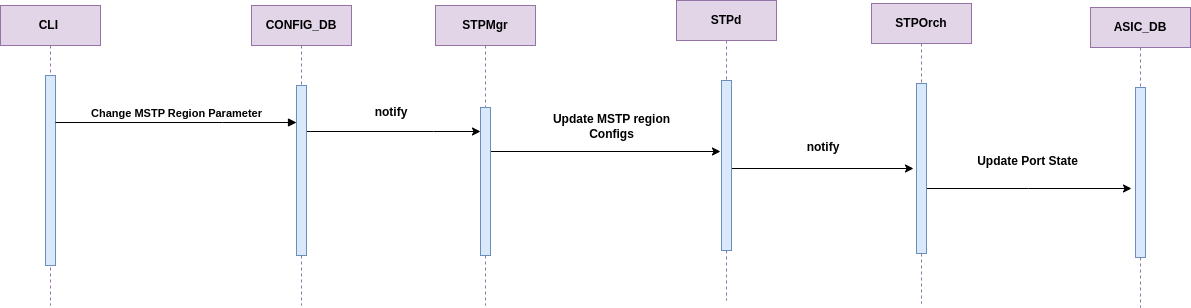
Above: doc/MSTP/images/MSTP_Region_Name.drawio.png in sonic-net/SONiC (draw.io), before the change. Source tidied: cells renumbered, new cells last; positions are measured from the earlier drawing's top-left corner, leaving out a move shared by most shapes. The source it was exported from:
```xml
<mxGraphModel>
  <root>
    <mxCell id="0" />
    <mxCell id="1" parent="0" />
    <mxCell id="2" value="CLI&amp;nbsp;" style="shape=umlLifeline;perimeter=lifelinePerimeter;whiteSpace=wrap;html=1;newEdgeStyle={&quot;edgeStyle&quot;:&quot;elbowEdgeStyle&quot;,&quot;elbow&quot;:&quot;vertical&quot;,&quot;curved&quot;:0,&quot;rounded&quot;:0};fillColor=#e1d5e7;strokeColor=#9673a6;fontStyle=1;" parent="1" vertex="1">
      <mxGeometry y="5" width="100" height="300" as="geometry" />
    </mxCell>
    <mxCell id="3" style="html=1;points=[];perimeter=orthogonalPerimeter;outlineConnect=0;targetShapes=umlLifeline;portConstraint=eastwest;newEdgeStyle={&quot;edgeStyle&quot;:&quot;elbowEdgeStyle&quot;,&quot;elbow&quot;:&quot;vertical&quot;,&quot;curved&quot;:0,&quot;rounded&quot;:0};fillColor=#dae8fc;strokeColor=#6c8ebf;fontStyle=1;" parent="2" vertex="1">
      <mxGeometry x="45" y="70" width="10" height="190" as="geometry" />
    </mxCell>
    <mxCell id="4" style="edgeStyle=elbowEdgeStyle;rounded=0;jettySize=auto;html=1;elbow=vertical;curved=0;fontStyle=1;" parent="1" edge="1" source="5" target="10">
      <mxGeometry relative="1" as="geometry">
        <Array as="points">
          <mxPoint x="433" y="131" />
        </Array>
      </mxGeometry>
    </mxCell>
    <mxCell id="5" value="CONFIG_DB" style="shape=umlLifeline;perimeter=lifelinePerimeter;whiteSpace=wrap;html=1;outlineConnect=0;portConstraint=eastwest;newEdgeStyle={&quot;edgeStyle&quot;:&quot;elbowEdgeStyle&quot;,&quot;elbow&quot;:&quot;vertical&quot;,&quot;curved&quot;:0,&quot;rounded&quot;:0};fillColor=#e1d5e7;strokeColor=#9673a6;fontStyle=1;" parent="1" vertex="1">
      <mxGeometry x="251" y="5" width="100" height="300" as="geometry" />
    </mxCell>
    <mxCell id="6" style="html=1;points=[];perimeter=orthogonalPerimeter;outlineConnect=0;targetShapes=umlLifeline;portConstraint=eastwest;newEdgeStyle={&quot;edgeStyle&quot;:&quot;elbowEdgeStyle&quot;,&quot;elbow&quot;:&quot;vertical&quot;,&quot;curved&quot;:0,&quot;rounded&quot;:0};fillColor=#dae8fc;strokeColor=#6c8ebf;fontStyle=1;" parent="5" vertex="1">
      <mxGeometry x="45" y="80" width="10" height="170" as="geometry" />
    </mxCell>
    <mxCell id="7" value="Change MSTP Region Parameter" style="html=1;verticalAlign=bottom;endArrow=block;edgeStyle=elbowEdgeStyle;elbow=vertical;curved=0;rounded=0;fontStyle=1;" parent="1" edge="1" source="3" target="6">
      <mxGeometry relative="1" as="geometry">
        <Array as="points">
          <mxPoint x="222" y="122" />
          <mxPoint x="260" y="85" />
        </Array>
      </mxGeometry>
    </mxCell>
    <mxCell id="8" style="edgeStyle=elbowEdgeStyle;rounded=0;jettySize=auto;html=1;elbow=vertical;curved=0;fontStyle=1;" parent="1" edge="1" source="9">
      <mxGeometry relative="1" as="geometry">
        <mxPoint x="720" y="151" as="targetPoint" />
      </mxGeometry>
    </mxCell>
    <mxCell id="9" value="STPMgr" style="shape=umlLifeline;perimeter=lifelinePerimeter;whiteSpace=wrap;html=1;outlineConnect=0;portConstraint=eastwest;newEdgeStyle={&quot;edgeStyle&quot;:&quot;elbowEdgeStyle&quot;,&quot;elbow&quot;:&quot;vertical&quot;,&quot;curved&quot;:0,&quot;rounded&quot;:0};fillColor=#e1d5e7;strokeColor=#9673a6;fontStyle=1;" parent="1" vertex="1">
      <mxGeometry x="435" y="5" width="100" height="300" as="geometry" />
    </mxCell>
    <mxCell id="10" style="html=1;points=[];perimeter=orthogonalPerimeter;outlineConnect=0;targetShapes=umlLifeline;portConstraint=eastwest;newEdgeStyle={&quot;edgeStyle&quot;:&quot;elbowEdgeStyle&quot;,&quot;elbow&quot;:&quot;vertical&quot;,&quot;curved&quot;:0,&quot;rounded&quot;:0};fillColor=#dae8fc;strokeColor=#6c8ebf;fontStyle=1;" parent="9" vertex="1">
      <mxGeometry x="45" y="102" width="10" height="148" as="geometry" />
    </mxCell>
    <mxCell id="11" style="edgeStyle=elbowEdgeStyle;rounded=0;jettySize=auto;html=1;elbow=vertical;curved=0;fontStyle=1;" parent="1" edge="1" source="12">
      <mxGeometry relative="1" as="geometry">
        <mxPoint x="913" y="168" as="targetPoint" />
      </mxGeometry>
    </mxCell>
    <mxCell id="12" value="STPd" style="shape=umlLifeline;perimeter=lifelinePerimeter;whiteSpace=wrap;html=1;outlineConnect=0;portConstraint=eastwest;newEdgeStyle={&quot;edgeStyle&quot;:&quot;elbowEdgeStyle&quot;,&quot;elbow&quot;:&quot;vertical&quot;,&quot;curved&quot;:0,&quot;rounded&quot;:0};fillColor=#e1d5e7;strokeColor=#9673a6;fontStyle=1;" parent="1" vertex="1">
      <mxGeometry x="676" width="100" height="300" as="geometry" />
    </mxCell>
    <mxCell id="13" style="html=1;perimeter=orthogonalPerimeter;targetShapes=umlLifeline;newEdgeStyle={&quot;edgeStyle&quot;:&quot;elbowEdgeStyle&quot;,&quot;elbow&quot;:&quot;vertical&quot;,&quot;curved&quot;:0,&quot;rounded&quot;:0};fillColor=#dae8fc;strokeColor=#6c8ebf;fontStyle=1;" parent="12" vertex="1">
      <mxGeometry x="45" y="80" width="10" height="170" as="geometry" />
    </mxCell>
    <mxCell id="14" style="edgeStyle=elbowEdgeStyle;rounded=0;orthogonalLoop=1;jettySize=auto;html=1;elbow=vertical;curved=0;fontStyle=1;" parent="1" edge="1">
      <mxGeometry relative="1" as="geometry">
        <mxPoint x="925" y="188" as="sourcePoint" />
        <mxPoint x="1131" y="188" as="targetPoint" />
      </mxGeometry>
    </mxCell>
    <mxCell id="15" value="STPOrch" style="shape=umlLifeline;perimeter=lifelinePerimeter;whiteSpace=wrap;html=1;newEdgeStyle={&quot;edgeStyle&quot;:&quot;elbowEdgeStyle&quot;,&quot;elbow&quot;:&quot;vertical&quot;,&quot;curved&quot;:0,&quot;rounded&quot;:0};fillColor=#e1d5e7;strokeColor=#9673a6;fontStyle=1;" parent="1" vertex="1">
      <mxGeometry x="871" y="3" width="100" height="300" as="geometry" />
    </mxCell>
    <mxCell id="16" style="html=1;perimeter=orthogonalPerimeter;targetShapes=umlLifeline;newEdgeStyle={&quot;edgeStyle&quot;:&quot;elbowEdgeStyle&quot;,&quot;elbow&quot;:&quot;vertical&quot;,&quot;curved&quot;:0,&quot;rounded&quot;:0};fillColor=#dae8fc;strokeColor=#6c8ebf;fontStyle=1;" parent="15" vertex="1">
      <mxGeometry x="45" y="80" width="10" height="170" as="geometry" />
    </mxCell>
    <mxCell id="17" value="ASIC_DB" style="shape=umlLifeline;perimeter=lifelinePerimeter;whiteSpace=wrap;html=1;newEdgeStyle={&quot;edgeStyle&quot;:&quot;elbowEdgeStyle&quot;,&quot;elbow&quot;:&quot;vertical&quot;,&quot;curved&quot;:0,&quot;rounded&quot;:0};fillColor=#e1d5e7;strokeColor=#9673a6;fontStyle=1;" parent="1" vertex="1">
      <mxGeometry x="1090" y="7" width="100" height="300" as="geometry" />
    </mxCell>
    <mxCell id="18" style="html=1;perimeter=orthogonalPerimeter;targetShapes=umlLifeline;newEdgeStyle={&quot;edgeStyle&quot;:&quot;elbowEdgeStyle&quot;,&quot;elbow&quot;:&quot;vertical&quot;,&quot;curved&quot;:0,&quot;rounded&quot;:0};fillColor=#dae8fc;strokeColor=#6c8ebf;fontStyle=1;" parent="17" vertex="1">
      <mxGeometry x="45" y="80" width="10" height="170" as="geometry" />
    </mxCell>
    <mxCell id="19" value="notify" style="text;html=1;align=center;verticalAlign=middle;whiteSpace=wrap;rounded=0;fontStyle=1;" parent="1" vertex="1">
      <mxGeometry x="361" y="97" width="60" height="30" as="geometry" />
    </mxCell>
    <mxCell id="20" value="Update MSTP region Configs" style="text;html=1;align=center;verticalAlign=middle;whiteSpace=wrap;rounded=0;fontStyle=1;" parent="1" vertex="1">
      <mxGeometry x="529" y="111" width="165" height="30" as="geometry" />
    </mxCell>
    <mxCell id="21" value="notify" style="text;html=1;align=center;verticalAlign=middle;whiteSpace=wrap;rounded=0;fontStyle=1;" parent="1" vertex="1">
      <mxGeometry x="793" y="132" width="60" height="30" as="geometry" />
    </mxCell>
    <mxCell id="22" value="Update Port State" style="text;html=1;align=center;verticalAlign=middle;whiteSpace=wrap;rounded=0;fontStyle=1;" parent="1" vertex="1">
      <mxGeometry x="967" y="146" width="121" height="30" as="geometry" />
    </mxCell>
  </root>
</mxGraphModel>
```
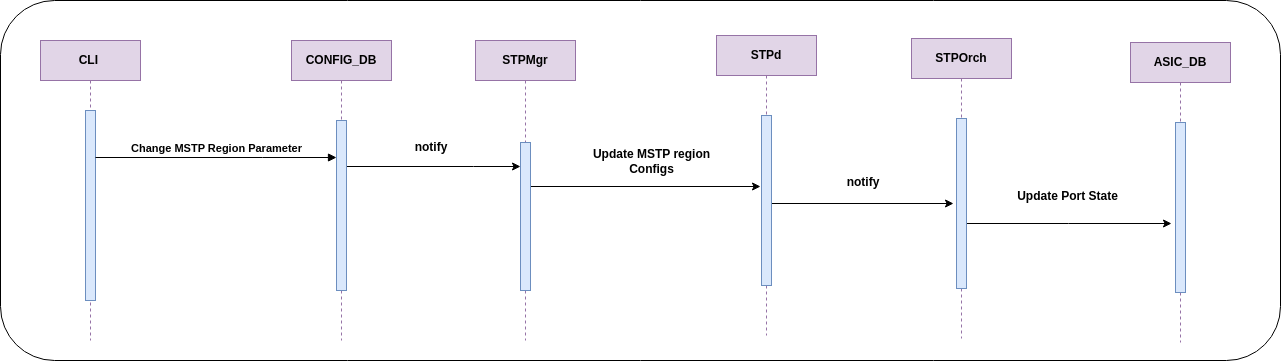
After the change.

Diff of the diagram source:
```diff
@@ -2,6 +2,9 @@
   <root>
     <mxCell id="0" />
     <mxCell id="1" parent="0" />
+    <mxCell id="23" style="rounded=1;whiteSpace=wrap;html=1;" parent="1" vertex="1">
+      <mxGeometry x="-40" y="-35" width="1280" height="360" as="geometry" />
+    </mxCell>
     <mxCell id="2" value="CLI&amp;nbsp;" style="shape=umlLifeline;perimeter=lifelinePerimeter;whiteSpace=wrap;html=1;newEdgeStyle={&quot;edgeStyle&quot;:&quot;elbowEdgeStyle&quot;,&quot;elbow&quot;:&quot;vertical&quot;,&quot;curved&quot;:0,&quot;rounded&quot;:0};fillColor=#e1d5e7;strokeColor=#9673a6;fontStyle=1;" parent="1" vertex="1">
       <mxGeometry y="5" width="100" height="300" as="geometry" />
     </mxCell>
```
